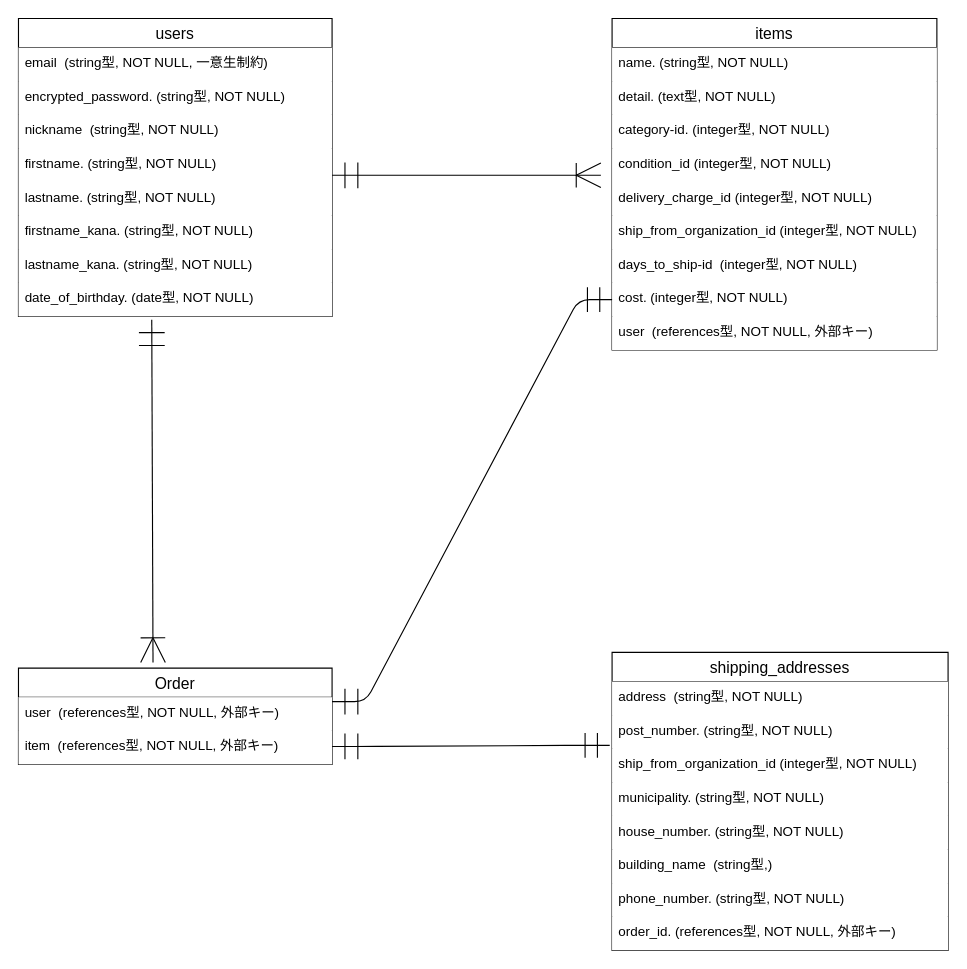
The draw.io diagram furima.dio in konigorikun/furima-39104, before the edit. Source tidied: cells renumbered, new cells numbered last; positions are measured from the earlier drawing's top-left corner, leaving out a move shared by most shapes. Both pictures are drawn from the tidied source at 112%, with x=0, y=0 at pixel (18, 18).
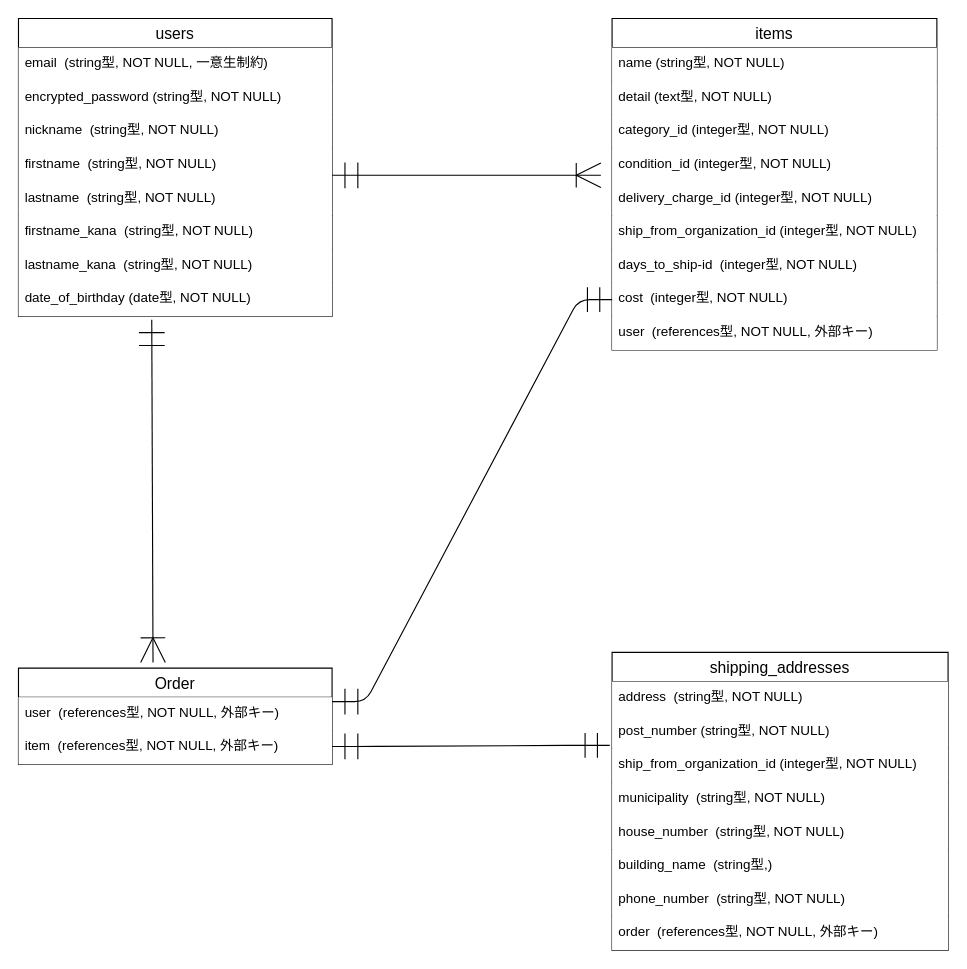
After the change.

Commit message (it also covers changes not shown here):
データベース設計再度修正

The change refers to these unchanged cells:
```xml
<mxCell id="2" value="users" style="swimlane;fontStyle=0;horizontal=1;startSize=26;align=center;fontSize=14;" parent="1" vertex="1">
  <mxGeometry width="280" height="266" as="geometry" />
</mxCell>
<mxCell id="11" value="items" style="swimlane;fontStyle=0;horizontal=1;startSize=26;align=center;fontSize=14;" parent="1" vertex="1">
  <mxGeometry x="530" width="290" height="296" as="geometry" />
</mxCell>
<mxCell id="24" value="shipping_addresses" style="swimlane;fontStyle=0;horizontal=1;startSize=26;align=center;fontSize=14;" parent="1" vertex="1">
  <mxGeometry x="530" y="566" width="300" height="266" as="geometry" />
</mxCell>
```

The edit, as a diff of the source:
```diff
@@
-    <mxCell id="4" value="encrypted_password. (string型, NOT NULL)" style="text;strokeColor=none;fillColor=default;spacingLeft=4;spacingRight=4;overflow=hidden;fontSize=12;" parent="2" vertex="1">
+    <mxCell id="4" value="encrypted_password (string型, NOT NULL)" style="text;strokeColor=none;fillColor=default;spacingLeft=4;spacingRight=4;overflow=hidden;fontSize=12;" parent="2" vertex="1">
       <mxGeometry y="56" width="280" height="30" as="geometry" />
     </mxCell>
@@
-    <mxCell id="6" value="firstname. (string型, NOT NULL)" style="text;strokeColor=none;fillColor=default;spacingLeft=4;spacingRight=4;overflow=hidden;fontSize=12;" parent="2" vertex="1">
+    <mxCell id="6" value="firstname  (string型, NOT NULL)" style="text;strokeColor=none;fillColor=default;spacingLeft=4;spacingRight=4;overflow=hidden;fontSize=12;" parent="2" vertex="1">
       <mxGeometry y="116" width="280" height="30" as="geometry" />
     </mxCell>
-    <mxCell id="7" value="lastname. (string型, NOT NULL)" style="text;strokeColor=none;fillColor=default;spacingLeft=4;spacingRight=4;overflow=hidden;fontSize=12;" parent="2" vertex="1">
+    <mxCell id="7" value="lastname  (string型, NOT NULL)" style="text;strokeColor=none;fillColor=default;spacingLeft=4;spacingRight=4;overflow=hidden;fontSize=12;" parent="2" vertex="1">
       <mxGeometry y="146" width="280" height="30" as="geometry" />
     </mxCell>
-    <mxCell id="8" value="firstname_kana. (string型, NOT NULL)" style="text;strokeColor=none;fillColor=default;spacingLeft=4;spacingRight=4;overflow=hidden;fontSize=12;" parent="2" vertex="1">
+    <mxCell id="8" value="firstname_kana  (string型, NOT NULL)" style="text;strokeColor=none;fillColor=default;spacingLeft=4;spacingRight=4;overflow=hidden;fontSize=12;" parent="2" vertex="1">
       <mxGeometry y="176" width="280" height="30" as="geometry" />
     </mxCell>
-    <mxCell id="9" value="lastname_kana. (string型, NOT NULL)" style="text;strokeColor=none;fillColor=default;spacingLeft=4;spacingRight=4;overflow=hidden;fontSize=12;" parent="2" vertex="1">
+    <mxCell id="9" value="lastname_kana  (string型, NOT NULL)" style="text;strokeColor=none;fillColor=default;spacingLeft=4;spacingRight=4;overflow=hidden;fontSize=12;" parent="2" vertex="1">
       <mxGeometry y="206" width="280" height="30" as="geometry" />
     </mxCell>
-    <mxCell id="10" value="date_of_birthday. (date型, NOT NULL)" style="text;strokeColor=none;fillColor=default;spacingLeft=4;spacingRight=4;overflow=hidden;points=[[0,0.5],[1,0.5]];portConstraint=eastwest;fontSize=12;" parent="2" vertex="1">
+    <mxCell id="10" value="date_of_birthday (date型, NOT NULL)" style="text;strokeColor=none;fillColor=default;spacingLeft=4;spacingRight=4;overflow=hidden;points=[[0,0.5],[1,0.5]];portConstraint=eastwest;fontSize=12;" parent="2" vertex="1">
       <mxGeometry y="236" width="280" height="30" as="geometry" />
     </mxCell>
@@
-    <mxCell id="12" value="name. (string型, NOT NULL)" style="text;strokeColor=none;fillColor=default;spacingLeft=4;spacingRight=4;overflow=hidden;fontSize=12;" parent="11" vertex="1">
+    <mxCell id="12" value="name (string型, NOT NULL)" style="text;strokeColor=none;fillColor=default;spacingLeft=4;spacingRight=4;overflow=hidden;fontSize=12;" parent="11" vertex="1">
       <mxGeometry y="26" width="290" height="30" as="geometry" />
     </mxCell>
-    <mxCell id="13" value="detail. (text型, NOT NULL)" style="text;strokeColor=none;fillColor=default;spacingLeft=4;spacingRight=4;overflow=hidden;fontSize=12;" parent="11" vertex="1">
+    <mxCell id="13" value="detail (text型, NOT NULL)" style="text;strokeColor=none;fillColor=default;spacingLeft=4;spacingRight=4;overflow=hidden;fontSize=12;" parent="11" vertex="1">
       <mxGeometry y="56" width="290" height="30" as="geometry" />
     </mxCell>
-    <mxCell id="14" value="category-id. (integer型, NOT NULL)" style="text;strokeColor=none;fillColor=default;spacingLeft=4;spacingRight=4;overflow=hidden;fontSize=12;" parent="11" vertex="1">
+    <mxCell id="14" value="category_id (integer型, NOT NULL)" style="text;strokeColor=none;fillColor=default;spacingLeft=4;spacingRight=4;overflow=hidden;fontSize=12;" parent="11" vertex="1">
       <mxGeometry y="86" width="290" height="30" as="geometry" />
     </mxCell>
@@
-    <mxCell id="19" value="cost. (integer型, NOT NULL)" style="text;strokeColor=none;fillColor=default;spacingLeft=4;spacingRight=4;overflow=hidden;points=[[0,0.5],[1,0.5]];portConstraint=eastwest;fontSize=12;" parent="11" vertex="1">
+    <mxCell id="19" value="cost  (integer型, NOT NULL)" style="text;strokeColor=none;fillColor=default;spacingLeft=4;spacingRight=4;overflow=hidden;points=[[0,0.5],[1,0.5]];portConstraint=eastwest;fontSize=12;" parent="11" vertex="1">
       <mxGeometry y="236" width="290" height="30" as="geometry" />
     </mxCell>
@@
-    <mxCell id="26" value="post_number. (string型, NOT NULL)" style="text;strokeColor=none;fillColor=default;spacingLeft=4;spacingRight=4;overflow=hidden;points=[[0,0.5],[1,0.5]];portConstraint=eastwest;fontSize=12;" parent="24" vertex="1">
+    <mxCell id="26" value="post_number (string型, NOT NULL)" style="text;strokeColor=none;fillColor=default;spacingLeft=4;spacingRight=4;overflow=hidden;points=[[0,0.5],[1,0.5]];portConstraint=eastwest;fontSize=12;" parent="24" vertex="1">
       <mxGeometry y="56" width="300" height="30" as="geometry" />
     </mxCell>
@@
-    <mxCell id="28" value="municipality. (string型, NOT NULL)" style="text;strokeColor=none;fillColor=default;spacingLeft=4;spacingRight=4;overflow=hidden;fontSize=12;" parent="24" vertex="1">
+    <mxCell id="28" value="municipality  (string型, NOT NULL)" style="text;strokeColor=none;fillColor=default;spacingLeft=4;spacingRight=4;overflow=hidden;fontSize=12;" parent="24" vertex="1">
       <mxGeometry y="116" width="300" height="30" as="geometry" />
     </mxCell>
-    <mxCell id="29" value="house_number. (string型, NOT NULL)" style="text;strokeColor=none;fillColor=default;spacingLeft=4;spacingRight=4;overflow=hidden;fontSize=12;" parent="24" vertex="1">
+    <mxCell id="29" value="house_number  (string型, NOT NULL)" style="text;strokeColor=none;fillColor=default;spacingLeft=4;spacingRight=4;overflow=hidden;fontSize=12;" parent="24" vertex="1">
       <mxGeometry y="146" width="300" height="30" as="geometry" />
     </mxCell>
@@
-    <mxCell id="31" value="phone_number. (string型, NOT NULL)" style="text;strokeColor=none;fillColor=default;spacingLeft=4;spacingRight=4;overflow=hidden;fontSize=12;" parent="24" vertex="1">
+    <mxCell id="31" value="phone_number  (string型, NOT NULL)" style="text;strokeColor=none;fillColor=default;spacingLeft=4;spacingRight=4;overflow=hidden;fontSize=12;" parent="24" vertex="1">
       <mxGeometry y="206" width="300" height="30" as="geometry" />
     </mxCell>
-    <mxCell id="32" value="order_id. (references型, NOT NULL, 外部キー)" style="text;strokeColor=none;fillColor=default;spacingLeft=4;spacingRight=4;overflow=hidden;fontSize=12;" parent="24" vertex="1">
+    <mxCell id="32" value="order  (references型, NOT NULL, 外部キー)" style="text;strokeColor=none;fillColor=default;spacingLeft=4;spacingRight=4;overflow=hidden;fontSize=12;" parent="24" vertex="1">
       <mxGeometry y="236" width="300" height="30" as="geometry" />
     </mxCell>
```
